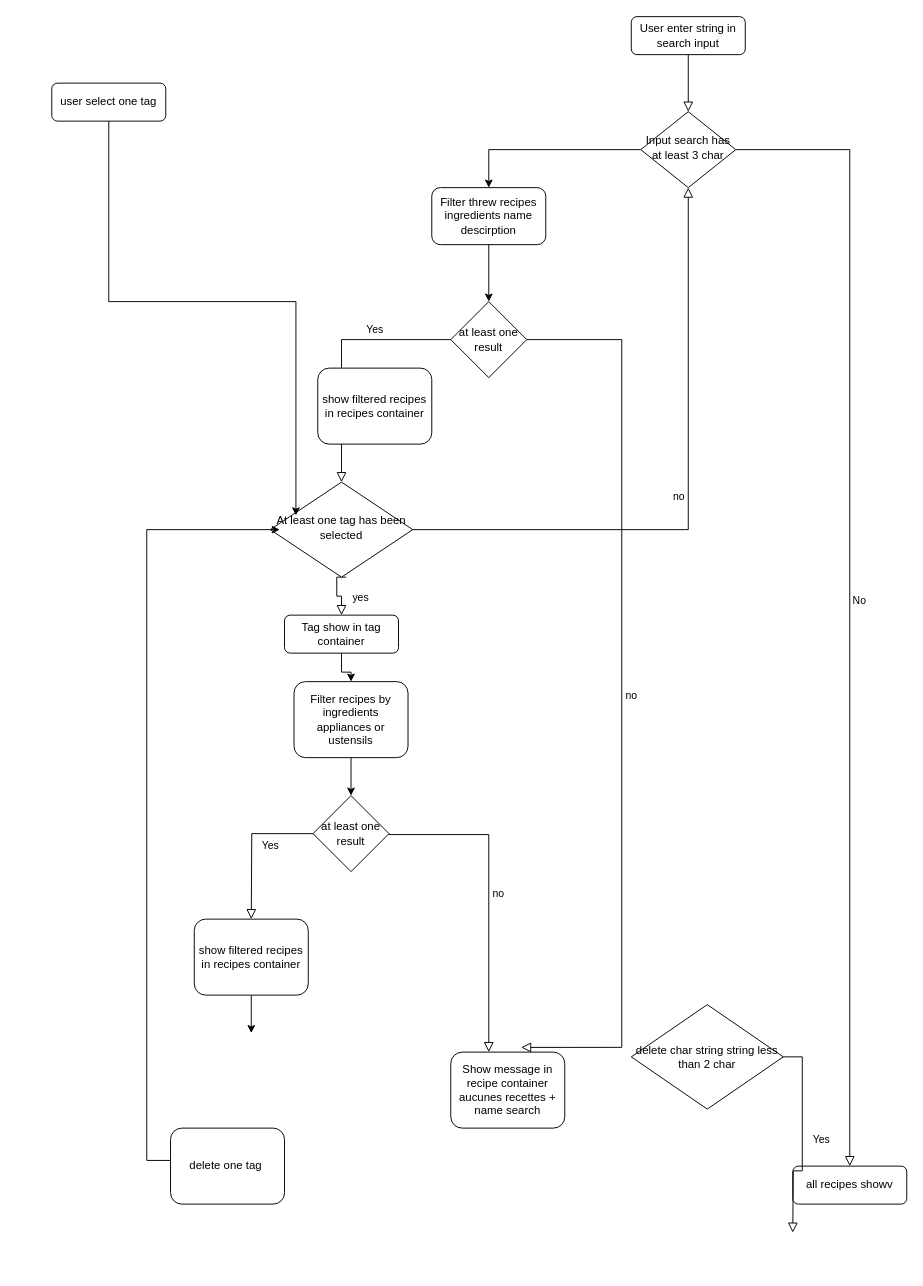
alexandretoullec/Petits_Plats_P7 keeps this draw.io diagram as algo.drawio. Above is the earlier version. Source tidied: cells renumbered, new cells numbered last; positions are measured from the earlier drawing's top-left corner, leaving out a move shared by most shapes. Both pictures are drawn from the tidied source at 95%, with x=0, y=0 at pixel (51, 16).
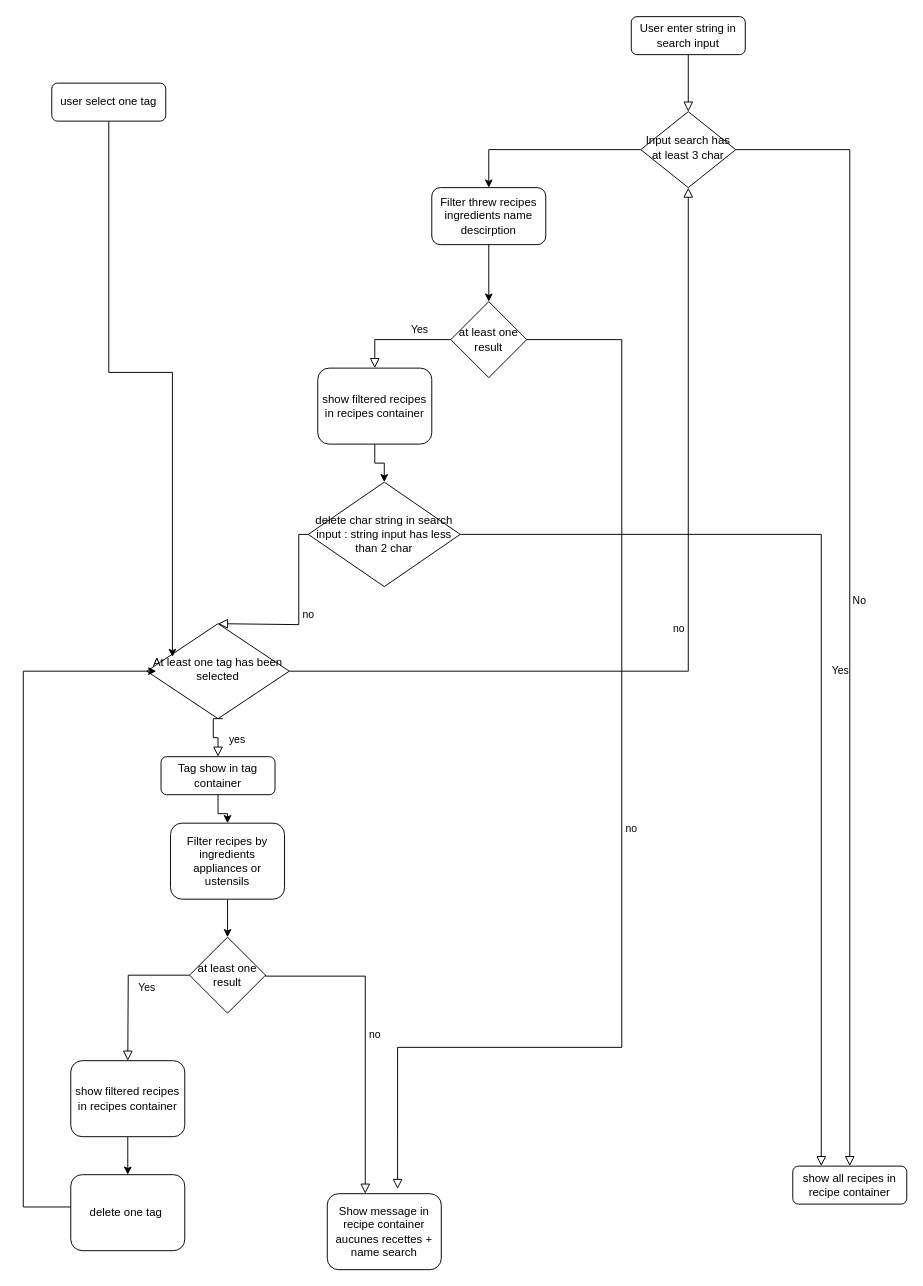
The same page after the edit.

Commit message (it also covers changes not shown here):
Mettre à jour algo.drawio

Unchanged cells that the change refers to:
```xml
<mxCell id="29" value="at least one result" style="rhombus;whiteSpace=wrap;html=1;" parent="1" vertex="1">
  <mxGeometry x="420" y="300" width="80" height="80" as="geometry" />
</mxCell>
<mxCell id="32" value="show filtered recipes in recipes container" style="rounded=1;whiteSpace=wrap;html=1;fontSize=12;glass=0;strokeWidth=1;shadow=0;" parent="1" vertex="1">
  <mxGeometry x="280" y="370" width="120" height="80" as="geometry" />
</mxCell>
```

What changed in the source:
```diff
@@
-    <mxCell id="7" value="all recipes showv" style="rounded=1;whiteSpace=wrap;html=1;fontSize=12;glass=0;strokeWidth=1;shadow=0;" parent="1" vertex="1">
+    <mxCell id="7" value="show all recipes in recipe container" style="rounded=1;whiteSpace=wrap;html=1;fontSize=12;glass=0;strokeWidth=1;shadow=0;" parent="1" vertex="1">
       <mxGeometry x="780" y="1210" width="120" height="40" as="geometry" />
     </mxCell>
     <mxCell id="8" value="yes" style="rounded=0;html=1;jettySize=auto;fontSize=11;endArrow=block;endFill=0;endSize=8;strokeWidth=1;shadow=0;labelBackgroundColor=none;edgeStyle=orthogonalEdgeStyle;exitX=0.533;exitY=1;exitDx=0;exitDy=0;exitPerimeter=0;" parent="1" edge="1" source="10" target="12">
       <mxGeometry x="0.33" y="20" relative="1" as="geometry">
         <Array as="points">
-          <mxPoint x="300" y="590" />
-          <mxPoint x="300" y="610" />
-          <mxPoint x="305" y="610" />
+          <mxPoint x="170" y="739" />
+          <mxPoint x="170" y="759" />
+          <mxPoint x="175" y="759" />
         </Array>
       </mxGeometry>
     </mxCell>
@@
     <mxCell id="10" value="At least one tag has been selected" style="rhombus;whiteSpace=wrap;html=1;shadow=0;fontFamily=Helvetica;fontSize=12;align=center;strokeWidth=1;spacing=6;spacingTop=-4;" parent="1" vertex="1">
-      <mxGeometry x="230" y="490" width="150" height="100" as="geometry" />
+      <mxGeometry x="100" y="639" width="150" height="100" as="geometry" />
     </mxCell>
@@
     <mxCell id="12" value="Tag show in tag container" style="rounded=1;whiteSpace=wrap;html=1;fontSize=12;glass=0;strokeWidth=1;shadow=0;" parent="1" vertex="1">
-      <mxGeometry x="245" y="630" width="120" height="40" as="geometry" />
+      <mxGeometry x="115" y="779" width="120" height="40" as="geometry" />
     </mxCell>
@@
     <mxCell id="16" value="Filter recipes by ingredients appliances or ustensils" style="rounded=1;whiteSpace=wrap;html=1;fontSize=12;glass=0;strokeWidth=1;shadow=0;" parent="1" vertex="1">
-      <mxGeometry x="255" y="700" width="120" height="80" as="geometry" />
+      <mxGeometry x="125" y="849" width="120" height="80" as="geometry" />
     </mxCell>
     <mxCell id="17" value="at least one result" style="rhombus;whiteSpace=wrap;html=1;" parent="1" vertex="1">
-      <mxGeometry x="275" y="820" width="80" height="80" as="geometry" />
+      <mxGeometry x="145" y="969" width="80" height="80" as="geometry" />
     </mxCell>
     <mxCell id="18" value="Yes" style="rounded=0;html=1;jettySize=auto;fontSize=11;endArrow=block;endFill=0;endSize=8;strokeWidth=1;shadow=0;labelBackgroundColor=none;edgeStyle=orthogonalEdgeStyle;" parent="1" edge="1" source="17">
       <mxGeometry y="20" relative="1" as="geometry">
-        <mxPoint x="210" y="950" as="targetPoint" />
+        <mxPoint x="80" y="1099" as="targetPoint" />
       </mxGeometry>
     </mxCell>
     <mxCell id="19" style="edgeStyle=orthogonalEdgeStyle;rounded=0;jettySize=auto;html=1;" parent="1" edge="1" source="20">
       <mxGeometry relative="1" as="geometry">
-        <mxPoint x="210" y="1070" as="targetPoint" />
+        <mxPoint x="80" y="1219" as="targetPoint" />
       </mxGeometry>
     </mxCell>
     <mxCell id="20" value="show filtered recipes in recipes container" style="rounded=1;whiteSpace=wrap;html=1;fontSize=12;glass=0;strokeWidth=1;shadow=0;" parent="1" vertex="1">
-      <mxGeometry x="150" y="950" width="120" height="80" as="geometry" />
+      <mxGeometry x="20" y="1099" width="120" height="80" as="geometry" />
     </mxCell>
     <mxCell id="21" style="edgeStyle=orthogonalEdgeStyle;rounded=0;jettySize=auto;html=1;entryX=0;entryY=0.5;entryDx=0;entryDy=0;exitX=0.017;exitY=0.425;exitDx=0;exitDy=0;exitPerimeter=0;" parent="1" edge="1" source="22">
       <mxGeometry relative="1" as="geometry">
-        <mxPoint x="240" y="540" as="targetPoint" />
+        <mxPoint x="110" y="689" as="targetPoint" />
         <Array as="points">
-          <mxPoint x="100" y="1204" />
-          <mxPoint x="100" y="540" />
+          <mxPoint x="-30" y="1253" />
+          <mxPoint x="-30" y="689" />
         </Array>
       </mxGeometry>
     </mxCell>
     <mxCell id="22" value="delete one tag&amp;nbsp;" style="rounded=1;whiteSpace=wrap;html=1;fontSize=12;glass=0;strokeWidth=1;shadow=0;" parent="1" vertex="1">
-      <mxGeometry x="125" y="1170" width="120" height="80" as="geometry" />
+      <mxGeometry x="20" y="1219" width="120" height="80" as="geometry" />
     </mxCell>
     <mxCell id="23" value="no" style="edgeStyle=orthogonalEdgeStyle;rounded=0;html=1;jettySize=auto;fontSize=11;endArrow=block;endFill=0;endSize=8;strokeWidth=1;shadow=0;labelBackgroundColor=none;" parent="1" edge="1" target="24">
       <mxGeometry y="10" relative="1" as="geometry">
-        <mxPoint x="355" y="860" as="sourcePoint" />
+        <mxPoint x="225" y="1009" as="sourcePoint" />
         <Array as="points">
-          <mxPoint x="355" y="861" />
-          <mxPoint x="460" y="861" />
+          <mxPoint x="225" y="1010" />
+          <mxPoint x="330" y="1010" />
         </Array>
       </mxGeometry>
     </mxCell>
     <mxCell id="24" value="Show message in recipe container aucunes recettes + name search" style="rounded=1;whiteSpace=wrap;html=1;fontSize=12;glass=0;strokeWidth=1;shadow=0;" parent="1" vertex="1">
-      <mxGeometry x="420" y="1090" width="120" height="80" as="geometry" />
+      <mxGeometry x="290" y="1239" width="120" height="80" as="geometry" />
     </mxCell>
-    <mxCell id="25" value="delete char string string less than 2 char" style="rhombus;whiteSpace=wrap;html=1;" parent="1" vertex="1">
-      <mxGeometry x="610" y="1040" width="160" height="110" as="geometry" />
+    <mxCell id="25" value="delete char string in search input : string input has less than 2 char" style="rhombus;whiteSpace=wrap;html=1;" parent="1" vertex="1">
+      <mxGeometry x="270" y="490" width="160" height="110" as="geometry" />
     </mxCell>
-    <mxCell id="26" value="Yes" style="rounded=0;html=1;jettySize=auto;fontSize=11;endArrow=block;endFill=0;endSize=8;strokeWidth=1;shadow=0;labelBackgroundColor=none;edgeStyle=orthogonalEdgeStyle;exitX=1;exitY=0.5;exitDx=0;exitDy=0;entryX=0;entryY=0.5;entryDx=0;entryDy=0;" parent="1" edge="1" source="25">
-      <mxGeometry y="20" relative="1" as="geometry">
-        <mxPoint x="780" y="1280" as="targetPoint" />
-      </mxGeometry>
+    <mxCell id="26" value="Yes" style="rounded=0;html=1;jettySize=auto;fontSize=11;endArrow=block;endFill=0;endSize=8;strokeWidth=1;shadow=0;labelBackgroundColor=none;edgeStyle=orthogonalEdgeStyle;exitX=1;exitY=0.5;exitDx=0;exitDy=0;entryX=0.25;entryY=0;entryDx=0;entryDy=0;" parent="1" edge="1" source="25" target="7">
+      <mxGeometry y="20" relative="1" as="geometry" />
     </mxCell>
@@
-    <mxCell id="30" value="Yes" style="rounded=0;html=1;jettySize=auto;fontSize=11;endArrow=block;endFill=0;endSize=8;strokeWidth=1;shadow=0;labelBackgroundColor=none;edgeStyle=orthogonalEdgeStyle;entryX=0.5;entryY=0;entryDx=0;entryDy=0;exitX=0;exitY=0.5;exitDx=0;exitDy=0;" parent="1" edge="1" source="29" target="10">
+    <mxCell id="30" value="Yes" style="rounded=0;html=1;jettySize=auto;fontSize=11;endArrow=block;endFill=0;endSize=8;strokeWidth=1;shadow=0;labelBackgroundColor=none;edgeStyle=orthogonalEdgeStyle;entryX=0.5;entryY=0;entryDx=0;entryDy=0;exitX=0;exitY=0.5;exitDx=0;exitDy=0;" parent="1" edge="1" source="29" target="32">
       <mxGeometry x="-0.4" y="-10" relative="1" as="geometry" />
     </mxCell>
@@
+    <mxCell id="33" style="edgeStyle=orthogonalEdgeStyle;rounded=0;jettySize=auto;html=1;entryX=0.5;entryY=0;entryDx=0;entryDy=0;" parent="1" edge="1" source="32" target="25">
+      <mxGeometry relative="1" as="geometry" />
+    </mxCell>
@@
+    <mxCell id="34" value="no" style="edgeStyle=orthogonalEdgeStyle;rounded=0;html=1;jettySize=auto;fontSize=11;endArrow=block;endFill=0;endSize=8;strokeWidth=1;shadow=0;labelBackgroundColor=none;exitX=0;exitY=0.5;exitDx=0;exitDy=0;entryX=0.5;entryY=0;entryDx=0;entryDy=0;" parent="1" edge="1" source="25" target="10">
+      <mxGeometry y="10" relative="1" as="geometry">
+        <Array as="points">
+          <mxPoint x="260" y="545" />
+          <mxPoint x="260" y="640" />
+        </Array>
+      </mxGeometry>
+    </mxCell>
```
